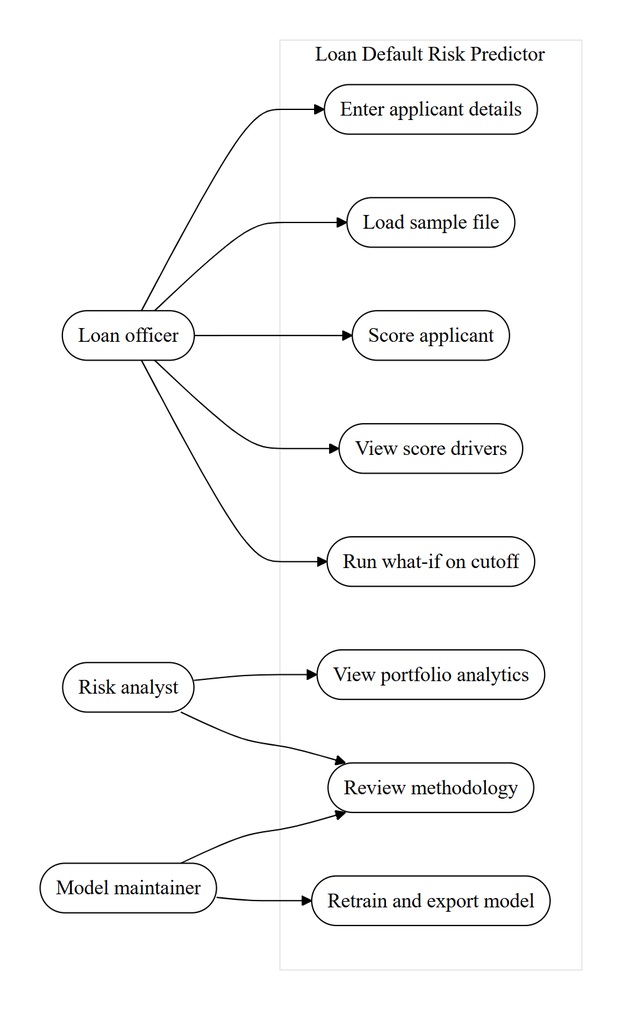
The Mermaid diagram report/assets/figures/fig-3-6-usecase.png in gursimrannkaurr/credoscore, before a commit. Its source is kept beside it as report/diagrams/fig-3-6-usecase.mmd.
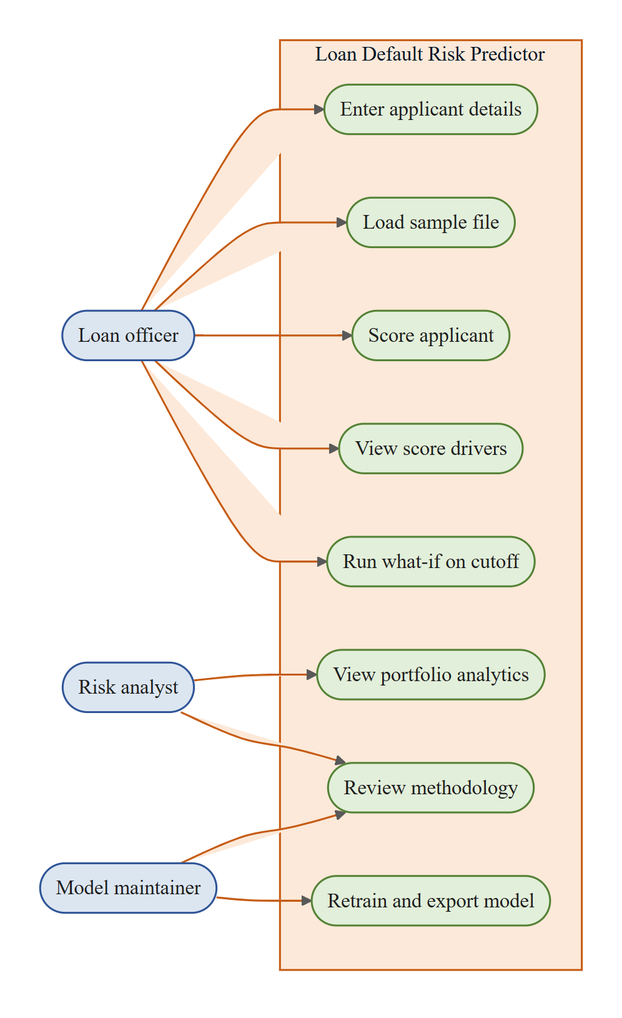
The same diagram one commit later.

The edit, as a diff of the source:
```diff
@@ -25,3 +25,10 @@
 
     MM --> UC8
     MM --> UC7
+
+    classDef root fill:#FDE9D9,stroke:#C55A11,stroke-width:1.5px;
+    classDef mid fill:#DCE6F1,stroke:#2F5597,stroke-width:1.5px;
+    classDef leaf fill:#E2EFDA,stroke:#548235,stroke-width:1.5px;
+
+    class LO,RA,MM mid
+    class UC1,UC2,UC3,UC4,UC5,UC6,UC7,UC8 leaf
```
